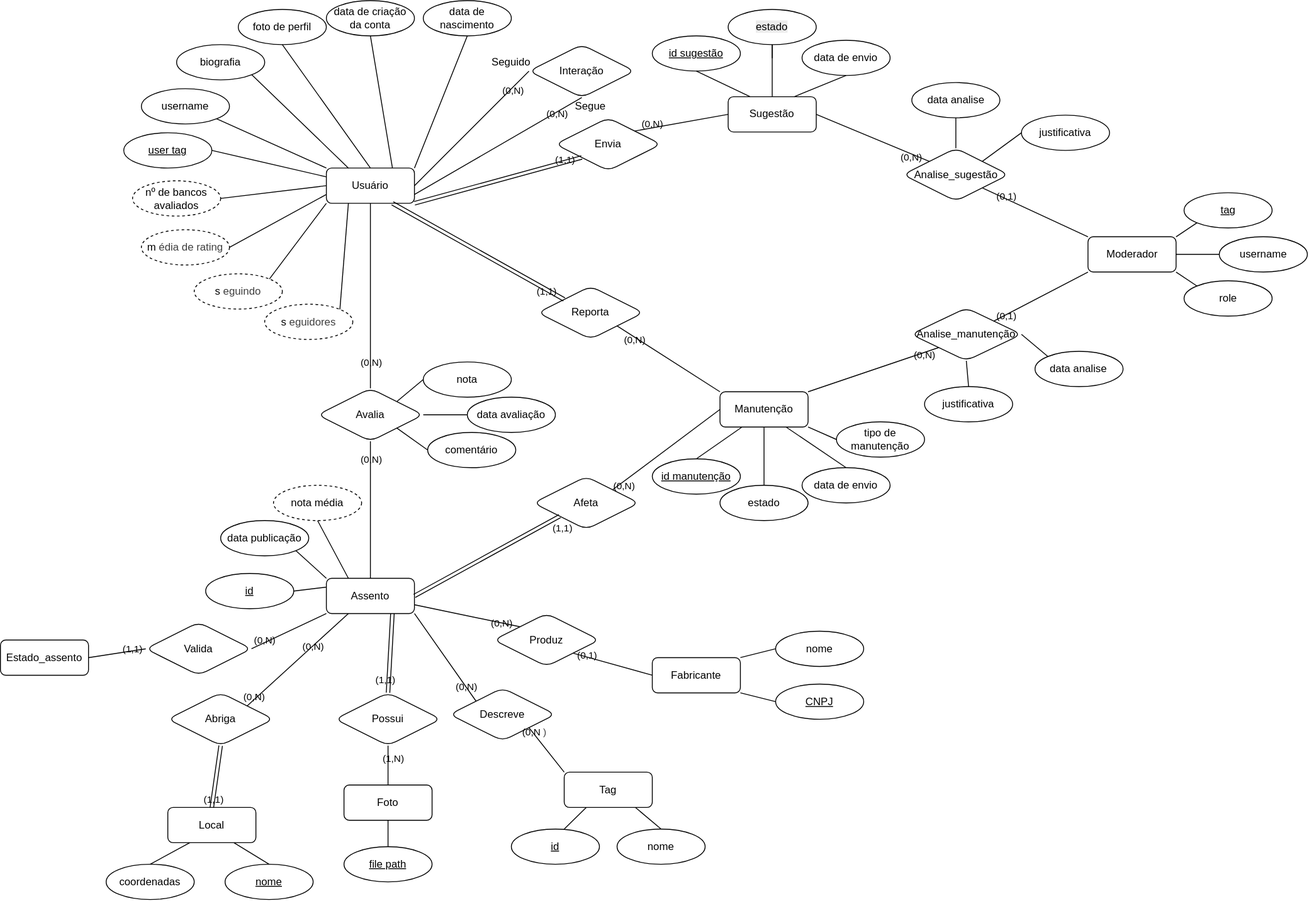
Earlier version of the draw.io export diagram.drawio.svg (Segohui/Dados-de-Bancos---DB). Source tidied: cells renumbered, new cells last; positions are measured from the earlier drawing's top-left corner, leaving out a move shared by most shapes.
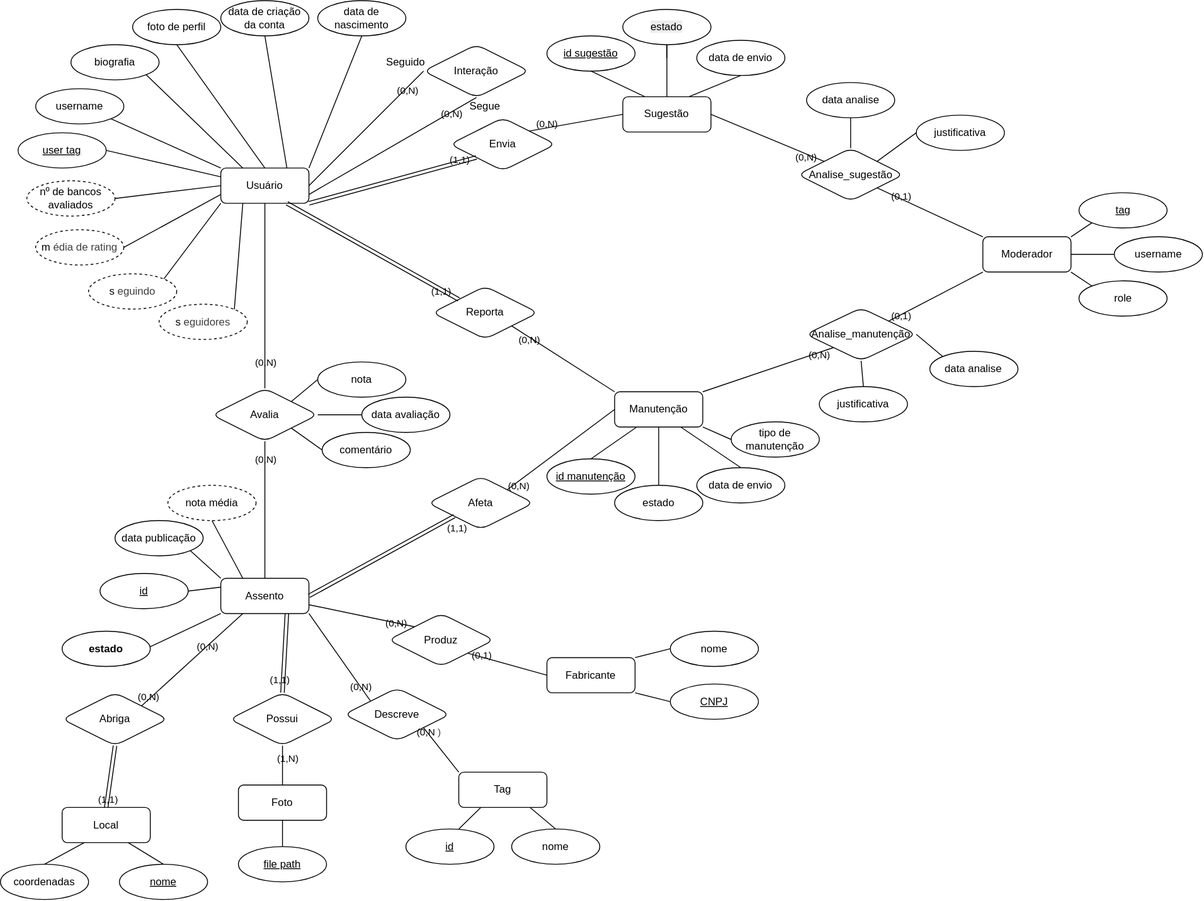
The same file after the commit.

Commit message:
update assento state

What changed in the source:
```diff
@@ -464,27 +464,10 @@
     <mxCell id="143" style="endArrow=none;html=1;rounded=1;entryX=1;entryY=0;entryDx=0;entryDy=0;exitX=0;exitY=0.5;exitDx=0;exitDy=0;labelBackgroundColor=none;fontColor=default;" parent="1" edge="1" source="142" target="27">
       <mxGeometry relative="1" as="geometry" />
     </mxCell>
-    <mxCell id="144" value="Estado_assento" style="whiteSpace=wrap;html=1;align=center;labelBackgroundColor=none;rounded=1;" parent="1" vertex="1">
-      <mxGeometry y="725.5" width="100" height="40" as="geometry" />
-    </mxCell>
-    <mxCell id="145" value="Valida" style="shape=rhombus;perimeter=rhombusPerimeter;whiteSpace=wrap;html=1;align=center;labelBackgroundColor=none;rounded=1;" parent="1" vertex="1">
-      <mxGeometry x="165" y="705.5" width="120" height="60" as="geometry" />
-    </mxCell>
-    <mxCell id="146" style="endArrow=none;html=1;rounded=1;exitX=0;exitY=0.5;exitDx=0;exitDy=0;entryX=1;entryY=0.5;entryDx=0;entryDy=0;labelBackgroundColor=none;fontColor=default;" parent="1" edge="1" source="145" target="144">
-      <mxGeometry relative="1" as="geometry" />
-    </mxCell>
-    <mxCell id="147" value="(1,1)" style="edgeLabel;html=1;align=center;verticalAlign=middle;labelBackgroundColor=none;rounded=1;" parent="146" vertex="1">
-      <mxGeometry x="0.85" y="-1" relative="1" as="geometry">
-        <mxPoint x="45" y="-8" as="offset" />
-      </mxGeometry>
-    </mxCell>
-    <mxCell id="148" value="(0,N)" style="edgeLabel;html=1;align=center;verticalAlign=middle;labelBackgroundColor=none;rounded=1;" parent="146" vertex="1">
-      <mxGeometry x="0.85" y="-1" relative="1" as="geometry">
-        <mxPoint x="195" y="-18" as="offset" />
-      </mxGeometry>
-    </mxCell>
-    <mxCell id="149" style="endArrow=none;html=1;rounded=1;exitX=0;exitY=1;exitDx=0;exitDy=0;entryX=1;entryY=0.5;entryDx=0;entryDy=0;labelBackgroundColor=none;fontColor=default;startArrow=none;startFill=0;" parent="1" edge="1" source="2" target="145">
-      <mxGeometry relative="1" as="geometry" />
+    <mxCell id="149" style="endArrow=none;html=1;rounded=1;exitX=0;exitY=1;exitDx=0;exitDy=0;entryX=1;entryY=0.5;entryDx=0;entryDy=0;labelBackgroundColor=none;fontColor=default;startArrow=none;startFill=0;" parent="1" edge="1" source="2">
+      <mxGeometry relative="1" as="geometry">
+        <mxPoint x="285" y="735.5" as="targetPoint" />
+      </mxGeometry>
     </mxCell>
     <mxCell id="150" value="(0,N)" style="edgeLabel;html=1;align=center;verticalAlign=middle;labelBackgroundColor=none;rounded=1;" parent="149" vertex="1">
       <mxGeometry x="0.85" y="-1" relative="1" as="geometry">
@@ -494,5 +477,8 @@
     <mxCell id="151" value="&lt;u&gt;id&lt;/u&gt;" style="ellipse;whiteSpace=wrap;html=1;align=center;labelBackgroundColor=none;rounded=1;" parent="1" vertex="1">
       <mxGeometry x="580" y="940" width="100" height="40" as="geometry" />
     </mxCell>
+    <mxCell id="152" value="&lt;b&gt;estado&lt;/b&gt;" style="ellipse;whiteSpace=wrap;html=1;align=center;labelBackgroundColor=none;rounded=1;" parent="1" vertex="1">
+      <mxGeometry x="190" y="715.5" width="100" height="40" as="geometry" />
+    </mxCell>
   </root>
 </mxGraphModel>
```
